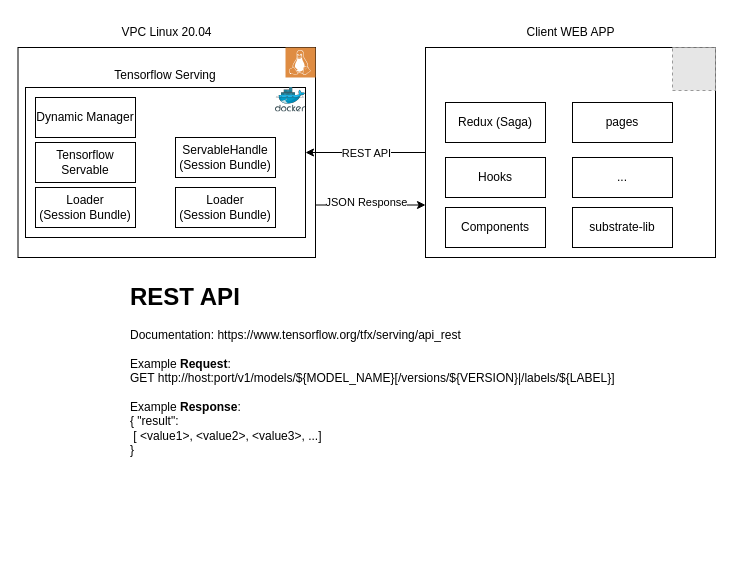
Earlier version of the draw.io diagram designs/architecture/Tensorflow.drawio (UniversalDot/documents). Source tidied: cells renumbered, new cells numbered last; positions are measured from the earlier drawing's top-left corner, leaving out a move shared by most shapes. Both pictures are drawn from the tidied source at 100%, with x=0, y=0 at pixel (17, 17). Pictures stored in the file or linked from it are replaced by grey dashed boxes.
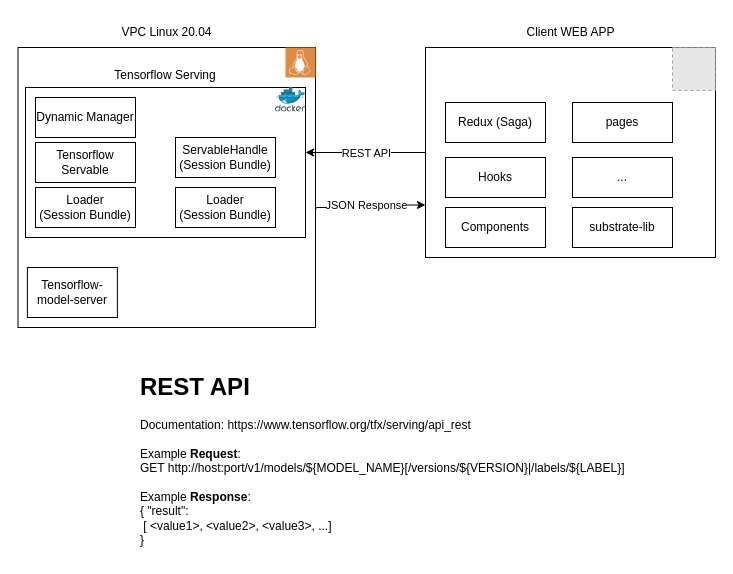
Above is the later version.

Unchanged cells that the change refers to:
```xml
<mxCell id="11" style="rounded=0;whiteSpace=wrap;html=1;" parent="1" vertex="1">
  <mxGeometry x="408" y="30" width="290" height="210" as="geometry" />
</mxCell>
```

Diff of the diagram source:
```diff
@@
-    <mxCell id="3" style="edgeStyle=orthogonalEdgeStyle;rounded=0;jettySize=auto;html=1;entryX=0;entryY=0.75;entryDx=0;entryDy=0;exitX=1;exitY=0.75;exitDx=0;exitDy=0;" parent="1" edge="1" source="5" target="11">
-      <mxGeometry relative="1" as="geometry" />
+    <mxCell id="3" style="edgeStyle=orthogonalEdgeStyle;rounded=0;jettySize=auto;html=1;entryX=0;entryY=0.75;entryDx=0;entryDy=0;exitX=1.003;exitY=0.575;exitDx=0;exitDy=0;exitPerimeter=0;" parent="1" edge="1" source="5" target="11">
+      <mxGeometry relative="1" as="geometry">
+        <Array as="points">
+          <mxPoint x="299" y="190" />
+          <mxPoint x="353" y="190" />
+          <mxPoint x="353" y="188" />
+        </Array>
+      </mxGeometry>
     </mxCell>
@@
     <mxCell id="5" style="rounded=0;whiteSpace=wrap;html=1;" parent="1" vertex="1">
-      <mxGeometry x="0.5" y="30" width="297.5" height="210" as="geometry" />
+      <mxGeometry x="0.5" y="30" width="297.5" height="280" as="geometry" />
     </mxCell>
@@
     <mxCell id="13" value="&lt;h1&gt;REST API&amp;nbsp;&lt;/h1&gt;Documentation: https://www.tensorflow.org/tfx/serving/api_rest&lt;div&gt;&lt;br&gt;&lt;/div&gt;&lt;div&gt;Example &lt;b&gt;Request&lt;/b&gt;:&lt;/div&gt;&lt;div&gt;GET http://host:port/v1/models/${MODEL_NAME}[/versions/${VERSION}|/labels/${LABEL}]&lt;br&gt;&lt;/div&gt;&lt;div&gt;&lt;br&gt;&lt;/div&gt;&lt;div&gt;Example &lt;b&gt;Response&lt;/b&gt;:&lt;/div&gt;&lt;div&gt;{ &quot;result&quot;:&amp;nbsp;&lt;/div&gt;&lt;div&gt;&lt;span style=&quot;white-space: pre;&quot;&gt; &lt;/span&gt;[ &amp;lt;value1&amp;gt;, &amp;lt;value2&amp;gt;, &amp;lt;value3&amp;gt;, ...]&amp;nbsp;&lt;/div&gt;&lt;div&gt;}&lt;br&gt;&lt;/div&gt;&lt;p&gt;&lt;br&gt;&lt;/p&gt;&lt;p&gt;&lt;br&gt;&lt;/p&gt;&lt;p&gt;&lt;br&gt;&lt;/p&gt;" style="text;html=1;strokeColor=none;fillColor=none;spacing=5;spacingTop=-20;whiteSpace=wrap;overflow=hidden;rounded=0;" parent="1" vertex="1">
-      <mxGeometry x="108" y="260" width="510" height="190" as="geometry" />
+      <mxGeometry x="118" y="350" width="510" height="190" as="geometry" />
     </mxCell>
@@
+    <mxCell id="26" value="Tensorflow-model-server" style="rounded=0;whiteSpace=wrap;html=1;" parent="1" vertex="1">
+      <mxGeometry x="9.9" y="250" width="90" height="50" as="geometry" />
+    </mxCell>
```
